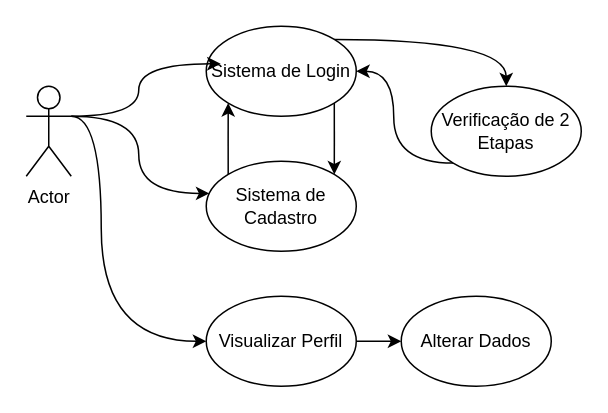
This is page "Página-1" (1 of 2) of Sistema de Cadastro.drawio from LordKz/DiagramasDeRequisitos, a draw.io file, before an edit. Source tidied: cells renumbered, new cells numbered last; positions are measured from the earlier drawing's top-left corner, leaving out a move shared by most shapes. Both pictures are drawn from the tidied source at 150%, with x=0, y=0 at pixel (26, 26).
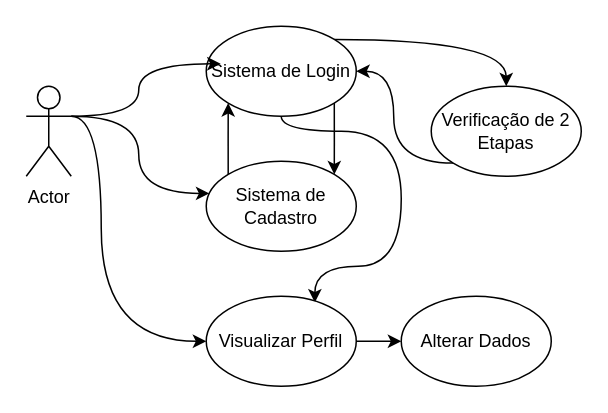
After the change.

The change refers to these unchanged cells:
```xml
<mxCell id="6" value="Sistema de Login" style="ellipse;whiteSpace=wrap;html=1;" parent="1" vertex="1">
  <mxGeometry x="120" width="100" height="60" as="geometry" />
</mxCell>
<mxCell id="12" value="Visualizar Perfil" style="ellipse;whiteSpace=wrap;html=1;" parent="1" vertex="1">
  <mxGeometry x="120" y="180" width="100" height="60" as="geometry" />
</mxCell>
```

The edit, as a diff of the source:
```diff
@@
+    <mxCell id="16" style="edgeStyle=orthogonalEdgeStyle;rounded=0;jettySize=auto;html=1;exitX=0.5;exitY=1;exitDx=0;exitDy=0;entryX=0.724;entryY=0.07;entryDx=0;entryDy=0;curved=1;entryPerimeter=0;" parent="1" edge="1" source="6" target="12">
+      <mxGeometry relative="1" as="geometry">
+        <Array as="points">
+          <mxPoint x="170" y="70" />
+          <mxPoint x="250" y="70" />
+          <mxPoint x="250" y="160" />
+          <mxPoint x="192" y="160" />
+        </Array>
+      </mxGeometry>
+    </mxCell>
```
